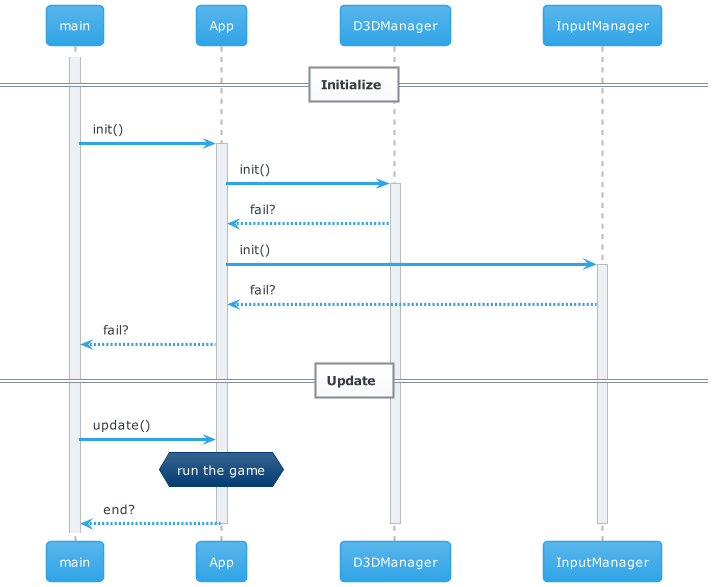
This is uml/uml.png from Tengu712/th_abp, a PlantUML export, as it was before one commit. The source it was exported from:
```plantuml
@startuml
!theme cerulean
== Initialize ==
Activate main
main->App: init()
Activate App
App->D3DManager: init()
Activate D3DManager
D3DManager-->App: fail?
App->InputManager: init()
Activate InputManager
InputManager-->App: fail?
App-->main: fail?
== Update ==
main->App: update()
hnote over App: run the game
App-->main: end?
deactivate App
deactivate D3DManager
deactivate InputManager
@enduml
```
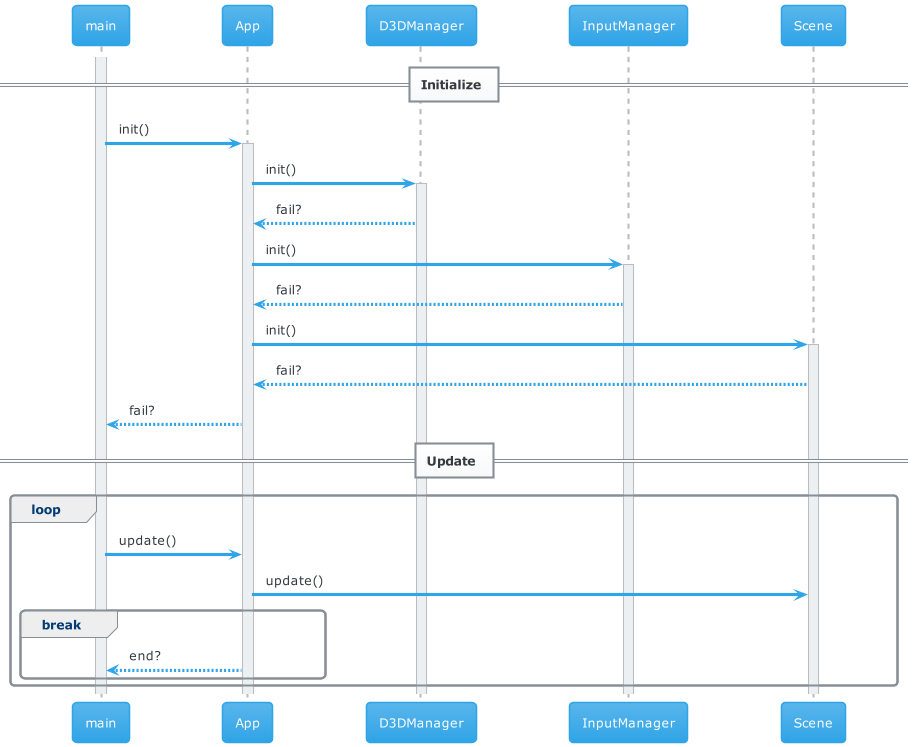
After the change.

What changed in the source:
```diff
@@ -10,12 +10,16 @@
 App->InputManager: init()
 Activate InputManager
 InputManager-->App: fail?
+App->Scene: init()
+Activate Scene
+Scene-->App: fail?
 App-->main: fail?
 == Update ==
-main->App: update()
-hnote over App: run the game
-App-->main: end?
-deactivate App
-deactivate D3DManager
-deactivate InputManager
+loop
+  main->App: update()
+  App->Scene: update()
+  break
+    App-->main: end?
+  end
+end
 @enduml
```
